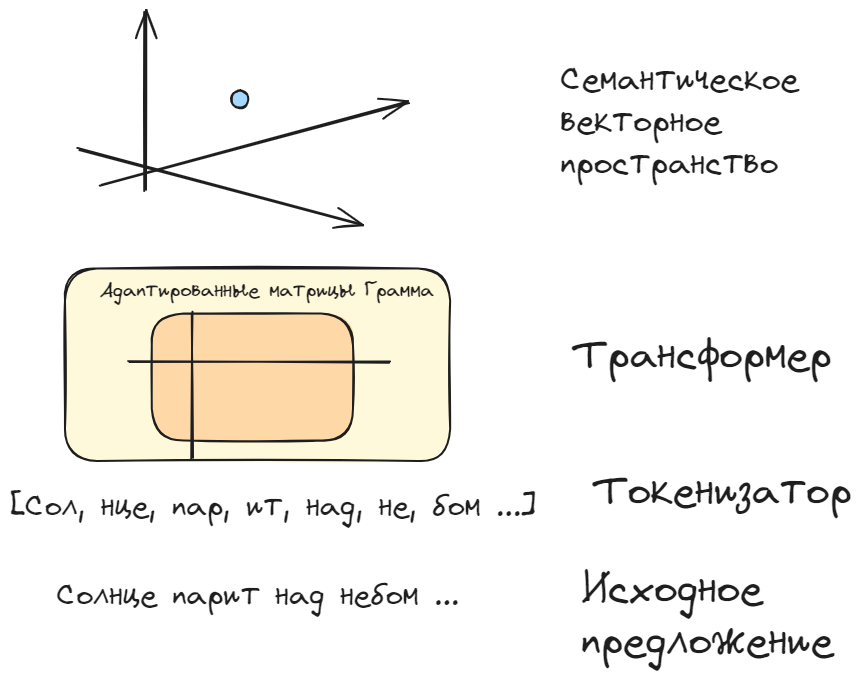
This is diplom/assets/ml/nlp/bert.excalidraw.png from NMashalov/EducationGenerativeModelApplication, a Excalidraw export, as it was before one commit. Source tidied: one line per element, renumbered; positions are measured from the earlier drawing's top-left corner, leaving out a move shared by most shapes. Its diagram source:
```json
{"id": 0, "type": "arrow", "strokeColor": "#1e1e1e", "strokeWidth": 2, "roughness": 1, "endArrowhead": "arrow", "round": true, "x": 135, "y": 179, "width": 0, "height": 179, "points": [[0, 0], [0, -179]]}
{"id": 1, "type": "arrow", "strokeColor": "#1e1e1e", "strokeWidth": 2, "roughness": 1, "endArrowhead": "arrow", "round": true, "x": 90, "y": 174, "width": 309, "height": 83, "points": [[0, 0], [309, -83]]}
{"id": 2, "type": "arrow", "strokeColor": "#1e1e1e", "strokeWidth": 2, "roughness": 1, "endArrowhead": "arrow", "round": true, "x": 68, "y": 137, "width": 283, "height": 76, "points": [[0, 0], [283, 76]]}
{"id": 3, "type": "text", "text": "Семантическое\nвекторное \nпространство", "strokeColor": "#1e1e1e", "strokeWidth": 2, "roughness": 1, "fontSize": 33.53, "fontFamily": 1, "x": 550, "y": 48, "width": 239, "height": 126}
{"id": 4, "type": "rectangle", "strokeColor": "#1e1e1e", "backgroundColor": "#fff9db", "fillStyle": "solid", "strokeWidth": 2, "roughness": 1, "round": true, "x": 55, "y": 257, "width": 385, "height": 192}
{"id": 5, "type": "rectangle", "strokeColor": "#1e1e1e", "backgroundColor": "#ffd8a8", "fillStyle": "solid", "strokeWidth": 2, "roughness": 1, "round": true, "x": 142, "y": 302, "width": 201, "height": 127}
{"id": 6, "type": "text", "text": "Трансформер", "strokeColor": "#1e1e1e", "strokeWidth": 2, "roughness": 1, "fontSize": 41.76, "fontFamily": 1, "x": 564, "y": 319, "width": 258, "height": 52}
{"id": 7, "type": "text", "text": "Адаптированные матрицы Грамма", "strokeColor": "#1e1e1e", "strokeWidth": 2, "roughness": 1, "fontSize": 20, "fontFamily": 1, "x": 90, "y": 266, "width": 334, "height": 25}
{"id": 8, "type": "text", "text": "Солнце парит над небом ...", "strokeColor": "#1e1e1e", "strokeWidth": 2, "roughness": 1, "fontSize": 30.67, "fontFamily": 1, "x": 46, "y": 566, "width": 403, "height": 38}
{"id": 9, "type": "ellipse", "strokeColor": "#1e1e1e", "backgroundColor": "#a5d8ff", "fillStyle": "solid", "strokeWidth": 2, "roughness": 1, "round": true, "x": 221, "y": 79, "width": 18, "height": 18}
{"id": 10, "type": "line", "strokeColor": "#1e1e1e", "backgroundColor": "#a5d8ff", "fillStyle": "solid", "strokeWidth": 2, "roughness": 1, "round": true, "x": 182, "y": 447, "width": 0, "height": 146, "points": [[0, 0], [0, -146]]}
{"id": 11, "type": "line", "strokeColor": "#1e1e1e", "backgroundColor": "#a5d8ff", "fillStyle": "solid", "strokeWidth": 2, "roughness": 1, "round": true, "x": 119, "y": 350, "width": 262, "height": 1, "points": [[0, 0], [262, 1]]}
{"id": 12, "type": "text", "text": "Токенизатор", "strokeColor": "#1e1e1e", "strokeWidth": 2, "roughness": 1, "fontSize": 41.76, "fontFamily": 1, "x": 584, "y": 455, "width": 257, "height": 52}
{"id": 13, "type": "text", "text": "[Сол, нце, пар, ит, над, не, бом ...]", "strokeColor": "#1e1e1e", "strokeWidth": 2, "roughness": 1, "fontSize": 30.67, "fontFamily": 1, "x": 0, "y": 477, "width": 526, "height": 38}
{"id": 14, "type": "text", "text": "Исходное\nпредложение", "strokeColor": "#1e1e1e", "strokeWidth": 2, "roughness": 1, "fontSize": 41.76, "fontFamily": 1, "x": 571, "y": 553, "width": 252, "height": 104}
```
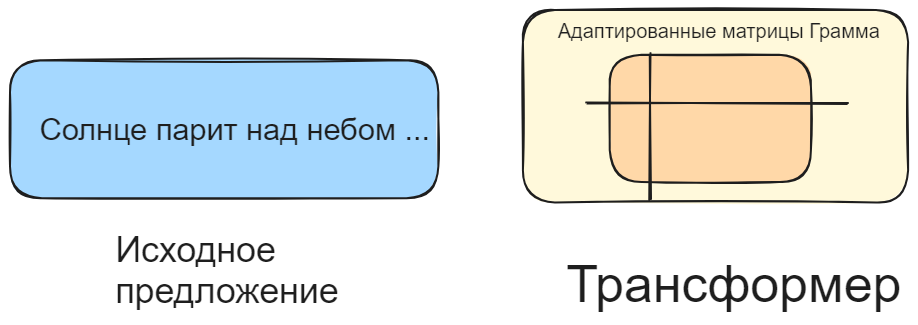
The same file after the commit.

Diff of the diagram source:
```diff
@@ -1,15 +1,9 @@
-{"id": 0, "type": "arrow", "strokeColor": "#1e1e1e", "strokeWidth": 2, "roughness": 1, "endArrowhead": "arrow", "round": true, "x": 135, "y": 179, "width": 0, "height": 179, "points": [[0, 0], [0, -179]]}
-{"id": 1, "type": "arrow", "strokeColor": "#1e1e1e", "strokeWidth": 2, "roughness": 1, "endArrowhead": "arrow", "round": true, "x": 90, "y": 174, "width": 309, "height": 83, "points": [[0, 0], [309, -83]]}
-{"id": 2, "type": "arrow", "strokeColor": "#1e1e1e", "strokeWidth": 2, "roughness": 1, "endArrowhead": "arrow", "round": true, "x": 68, "y": 137, "width": 283, "height": 76, "points": [[0, 0], [283, 76]]}
-{"id": 3, "type": "text", "text": "Семантическое\nвекторное \nпространство", "strokeColor": "#1e1e1e", "strokeWidth": 2, "roughness": 1, "fontSize": 33.53, "fontFamily": 1, "x": 550, "y": 48, "width": 239, "height": 126}
+{"id": 15, "type": "rectangle", "strokeColor": "#1e1e1e", "backgroundColor": "#a5d8ff", "fillStyle": "solid", "strokeWidth": 2, "roughness": 1, "round": true, "x": -458, "y": 307, "width": 428, "height": 138}
 {"id": 4, "type": "rectangle", "strokeColor": "#1e1e1e", "backgroundColor": "#fff9db", "fillStyle": "solid", "strokeWidth": 2, "roughness": 1, "round": true, "x": 55, "y": 257, "width": 385, "height": 192}
 {"id": 5, "type": "rectangle", "strokeColor": "#1e1e1e", "backgroundColor": "#ffd8a8", "fillStyle": "solid", "strokeWidth": 2, "roughness": 1, "round": true, "x": 142, "y": 302, "width": 201, "height": 127}
-{"id": 6, "type": "text", "text": "Трансформер", "strokeColor": "#1e1e1e", "strokeWidth": 2, "roughness": 1, "fontSize": 41.76, "fontFamily": 1, "x": 564, "y": 319, "width": 258, "height": 52}
+{"id": 6, "type": "text", "text": "Трансформер", "strokeColor": "#1e1e1e", "strokeWidth": 2, "roughness": 1, "fontSize": 51.96, "fontFamily": 2, "x": 98, "y": 502, "width": 335, "height": 60}
-{"id": 7, "type": "text", "text": "Адаптированные матрицы Грамма", "strokeColor": "#1e1e1e", "strokeWidth": 2, "roughness": 1, "fontSize": 20, "fontFamily": 1, "x": 90, "y": 266, "width": 334, "height": 25}
+{"id": 7, "type": "text", "text": "Адаптированные матрицы Грамма", "strokeColor": "#1e1e1e", "strokeWidth": 2, "roughness": 1, "fontSize": 20, "fontFamily": 2, "x": 90, "y": 266, "width": 322, "height": 23}
-{"id": 8, "type": "text", "text": "Солнце парит над небом ...", "strokeColor": "#1e1e1e", "strokeWidth": 2, "roughness": 1, "fontSize": 30.67, "fontFamily": 1, "x": 46, "y": 566, "width": 403, "height": 38}
+{"id": 8, "type": "text", "text": "Солнце парит над небом ...", "strokeColor": "#1e1e1e", "strokeWidth": 2, "roughness": 1, "fontSize": 30.67, "fontFamily": 2, "x": -428, "y": 359, "width": 390, "height": 35}
-{"id": 9, "type": "ellipse", "strokeColor": "#1e1e1e", "backgroundColor": "#a5d8ff", "fillStyle": "solid", "strokeWidth": 2, "roughness": 1, "round": true, "x": 221, "y": 79, "width": 18, "height": 18}
 {"id": 10, "type": "line", "strokeColor": "#1e1e1e", "backgroundColor": "#a5d8ff", "fillStyle": "solid", "strokeWidth": 2, "roughness": 1, "round": true, "x": 182, "y": 447, "width": 0, "height": 146, "points": [[0, 0], [0, -146]]}
 {"id": 11, "type": "line", "strokeColor": "#1e1e1e", "backgroundColor": "#a5d8ff", "fillStyle": "solid", "strokeWidth": 2, "roughness": 1, "round": true, "x": 119, "y": 350, "width": 262, "height": 1, "points": [[0, 0], [262, 1]]}
-{"id": 12, "type": "text", "text": "Токенизатор", "strokeColor": "#1e1e1e", "strokeWidth": 2, "roughness": 1, "fontSize": 41.76, "fontFamily": 1, "x": 584, "y": 455, "width": 257, "height": 52}
-{"id": 13, "type": "text", "text": "[Сол, нце, пар, ит, над, не, бом ...]", "strokeColor": "#1e1e1e", "strokeWidth": 2, "roughness": 1, "fontSize": 30.67, "fontFamily": 1, "x": 0, "y": 477, "width": 526, "height": 38}
-{"id": 14, "type": "text", "text": "Исходное\nпредложение", "strokeColor": "#1e1e1e", "strokeWidth": 2, "roughness": 1, "fontSize": 41.76, "fontFamily": 1, "x": 571, "y": 553, "width": 252, "height": 104}
+{"id": 14, "type": "text", "text": "Исходное\nпредложение", "strokeColor": "#1e1e1e", "strokeWidth": 2, "roughness": 1, "fontSize": 35.78, "fontFamily": 2, "x": -353, "y": 476, "width": 224, "height": 82}
```
